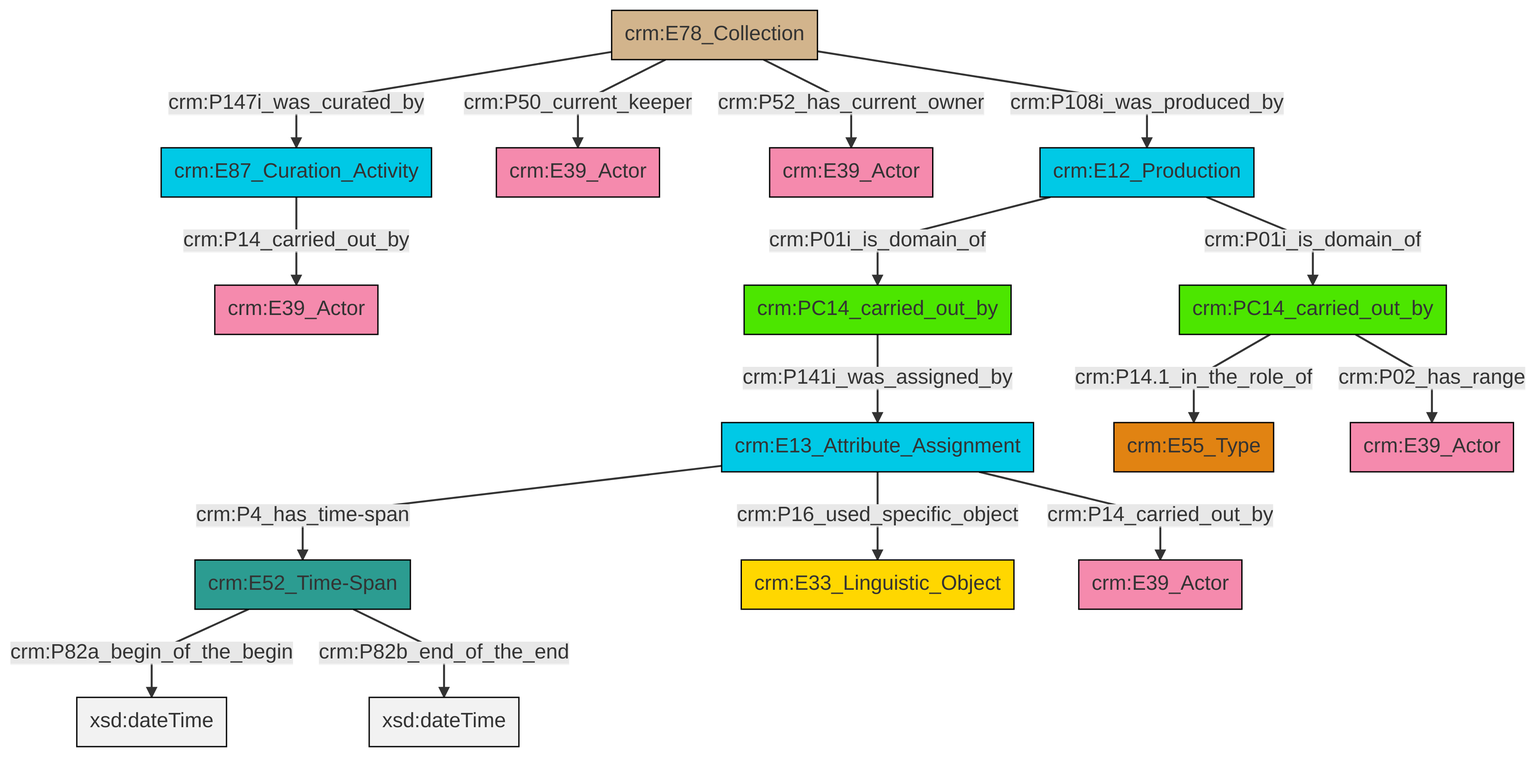
swiss-art-research-net/docs.swissartresearch keeps this Mermaid diagram as et/archivalCSV/ttl/mmd/png/archival_relation.png. Above is the earlier version. Its source is kept beside it as et/archivalCSV/ttl/mmd/archival_relation.ttl.mmd.
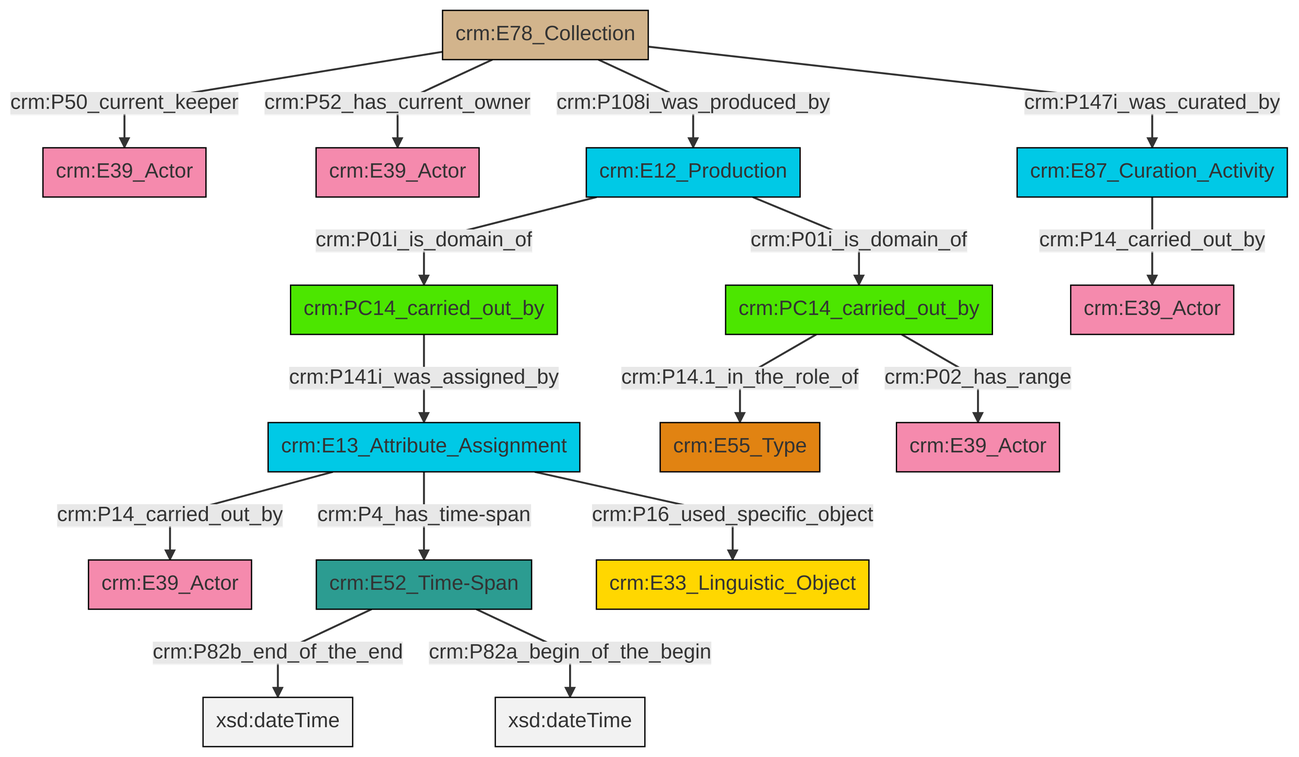
After the commit.

Change to the diagram source:
```diff
@@ -13,18 +13,18 @@
 classDef PC_Classes fill:#4ce600, stroke:#000000;
 classDef Multi fill:#cccccc,stroke:#000000;
 
-2["crm:E52_Time-Span"]:::Time-Span -->|crm:P82a_begin_of_the_begin| 3[xsd:dateTime]:::Literal
-2["crm:E52_Time-Span"]:::Time-Span -->|crm:P82b_end_of_the_end| 4[xsd:dateTime]:::Literal
-10["crm:E13_Attribute_Assignment"]:::Temporal_Entity -->|crm:P16_used_specific_object| 8["crm:E33_Linguistic_Object"]:::Conceptual_Object
-11["crm:E78_Collection"]:::Physical_Thing -->|crm:P50_current_keeper| 12["crm:E39_Actor"]:::Actor
-17["crm:PC14_carried_out_by"]:::PC_Classes -->|crm:P14.1_in_the_role_of| 18["crm:E55_Type"]:::Type
-11["crm:E78_Collection"]:::Physical_Thing -->|crm:P108i_was_produced_by| 15["crm:E12_Production"]:::Temporal_Entity
-10["crm:E13_Attribute_Assignment"]:::Temporal_Entity -->|crm:P4_has_time-span| 2["crm:E52_Time-Span"]:::Time-Span
-11["crm:E78_Collection"]:::Physical_Thing -->|crm:P147i_was_curated_by| 6["crm:E87_Curation_Activity"]:::Temporal_Entity
-21["crm:PC14_carried_out_by"]:::PC_Classes -->|crm:P141i_was_assigned_by| 10["crm:E13_Attribute_Assignment"]:::Temporal_Entity
-17["crm:PC14_carried_out_by"]:::PC_Classes -->|crm:P02_has_range| 19["crm:E39_Actor"]:::Actor
-11["crm:E78_Collection"]:::Physical_Thing -->|crm:P52_has_current_owner| 13["crm:E39_Actor"]:::Actor
-15["crm:E12_Production"]:::Temporal_Entity -->|crm:P01i_is_domain_of| 17["crm:PC14_carried_out_by"]:::PC_Classes
-15["crm:E12_Production"]:::Temporal_Entity -->|crm:P01i_is_domain_of| 21["crm:PC14_carried_out_by"]:::PC_Classes
-6["crm:E87_Curation_Activity"]:::Temporal_Entity -->|crm:P14_carried_out_by| 0["crm:E39_Actor"]:::Actor
-10["crm:E13_Attribute_Assignment"]:::Temporal_Entity -->|crm:P14_carried_out_by| 27["crm:E39_Actor"]:::Actor
+2["crm:E12_Production"]:::Temporal_Entity -->|crm:P01i_is_domain_of| 3["crm:PC14_carried_out_by"]:::PC_Classes
+4["crm:E78_Collection"]:::Physical_Thing -->|crm:P50_current_keeper| 5["crm:E39_Actor"]:::Actor
+6["crm:E87_Curation_Activity"]:::Temporal_Entity -->|crm:P14_carried_out_by| 7["crm:E39_Actor"]:::Actor
+8["crm:E13_Attribute_Assignment"]:::Temporal_Entity -->|crm:P14_carried_out_by| 9["crm:E39_Actor"]:::Actor
+8["crm:E13_Attribute_Assignment"]:::Temporal_Entity -->|crm:P4_has_time-span| 10["crm:E52_Time-Span"]:::Time-Span
+14["crm:PC14_carried_out_by"]:::PC_Classes -->|crm:P14.1_in_the_role_of| 0["crm:E55_Type"]:::Type
+4["crm:E78_Collection"]:::Physical_Thing -->|crm:P52_has_current_owner| 12["crm:E39_Actor"]:::Actor
+14["crm:PC14_carried_out_by"]:::PC_Classes -->|crm:P02_has_range| 16["crm:E39_Actor"]:::Actor
+2["crm:E12_Production"]:::Temporal_Entity -->|crm:P01i_is_domain_of| 14["crm:PC14_carried_out_by"]:::PC_Classes
+10["crm:E52_Time-Span"]:::Time-Span -->|crm:P82b_end_of_the_end| 21[xsd:dateTime]:::Literal
+4["crm:E78_Collection"]:::Physical_Thing -->|crm:P108i_was_produced_by| 2["crm:E12_Production"]:::Temporal_Entity
+8["crm:E13_Attribute_Assignment"]:::Temporal_Entity -->|crm:P16_used_specific_object| 23["crm:E33_Linguistic_Object"]:::Conceptual_Object
+3["crm:PC14_carried_out_by"]:::PC_Classes -->|crm:P141i_was_assigned_by| 8["crm:E13_Attribute_Assignment"]:::Temporal_Entity
+10["crm:E52_Time-Span"]:::Time-Span -->|crm:P82a_begin_of_the_begin| 24[xsd:dateTime]:::Literal
+4["crm:E78_Collection"]:::Physical_Thing -->|crm:P147i_was_curated_by| 6["crm:E87_Curation_Activity"]:::Temporal_Entity
```
